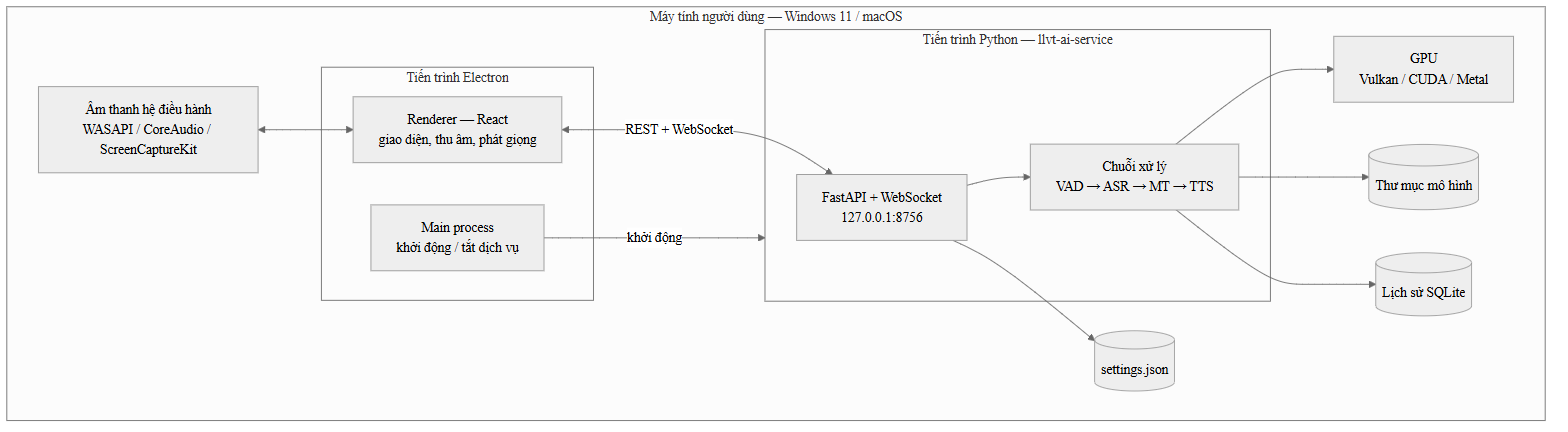
The Mermaid diagram docs/gvhd/khoa-luan-hinh/h3-2-trien-khai.png in RokeyHung/local-live-voice-translator, before a commit. Its source is kept beside it as docs/gvhd/khoa-luan-hinh/src/h3-2-trien-khai.mmd.
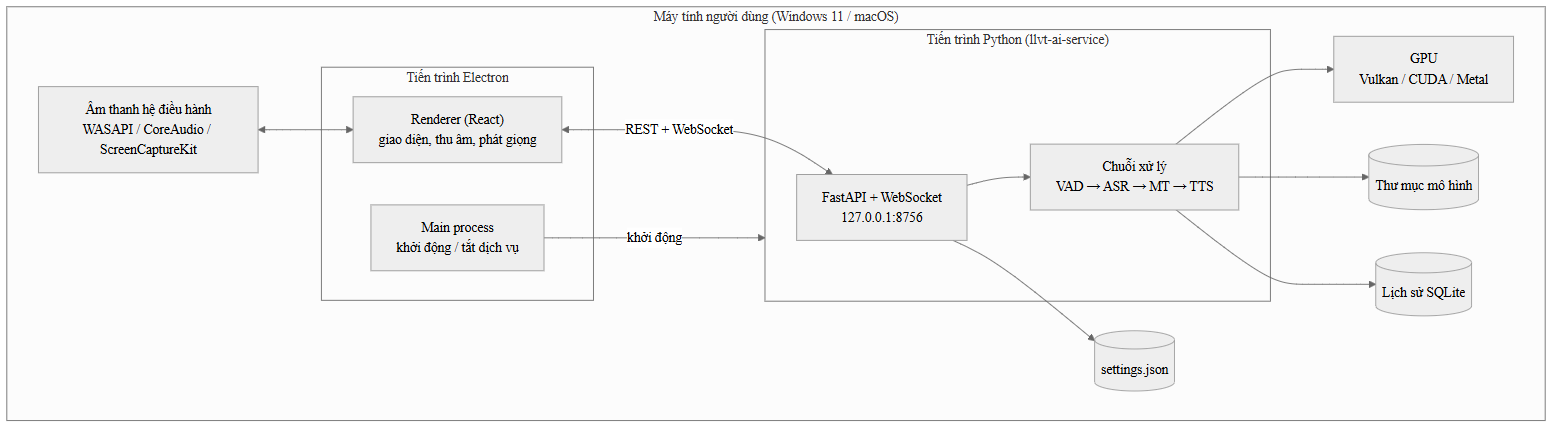
The same diagram one commit later.

Diff of the diagram source:
```diff
@@ -1,10 +1,10 @@
 flowchart TB
-    subgraph PC["Máy tính người dùng — Windows 11 / macOS"]
+    subgraph PC["Máy tính người dùng (Windows 11 / macOS)"]
         subgraph EL["Tiến trình Electron"]
             MAIN["Main process<br/>khởi động / tắt dịch vụ"]
-            REN["Renderer — React<br/>giao diện, thu âm, phát giọng"]
+            REN["Renderer (React)<br/>giao diện, thu âm, phát giọng"]
         end
-        subgraph PY["Tiến trình Python — llvt-ai-service"]
+        subgraph PY["Tiến trình Python (llvt-ai-service)"]
             API["FastAPI + WebSocket<br/>127.0.0.1:8756"]
             PIPE["Chuỗi xử lý<br/>VAD → ASR → MT → TTS"]
         end
```
